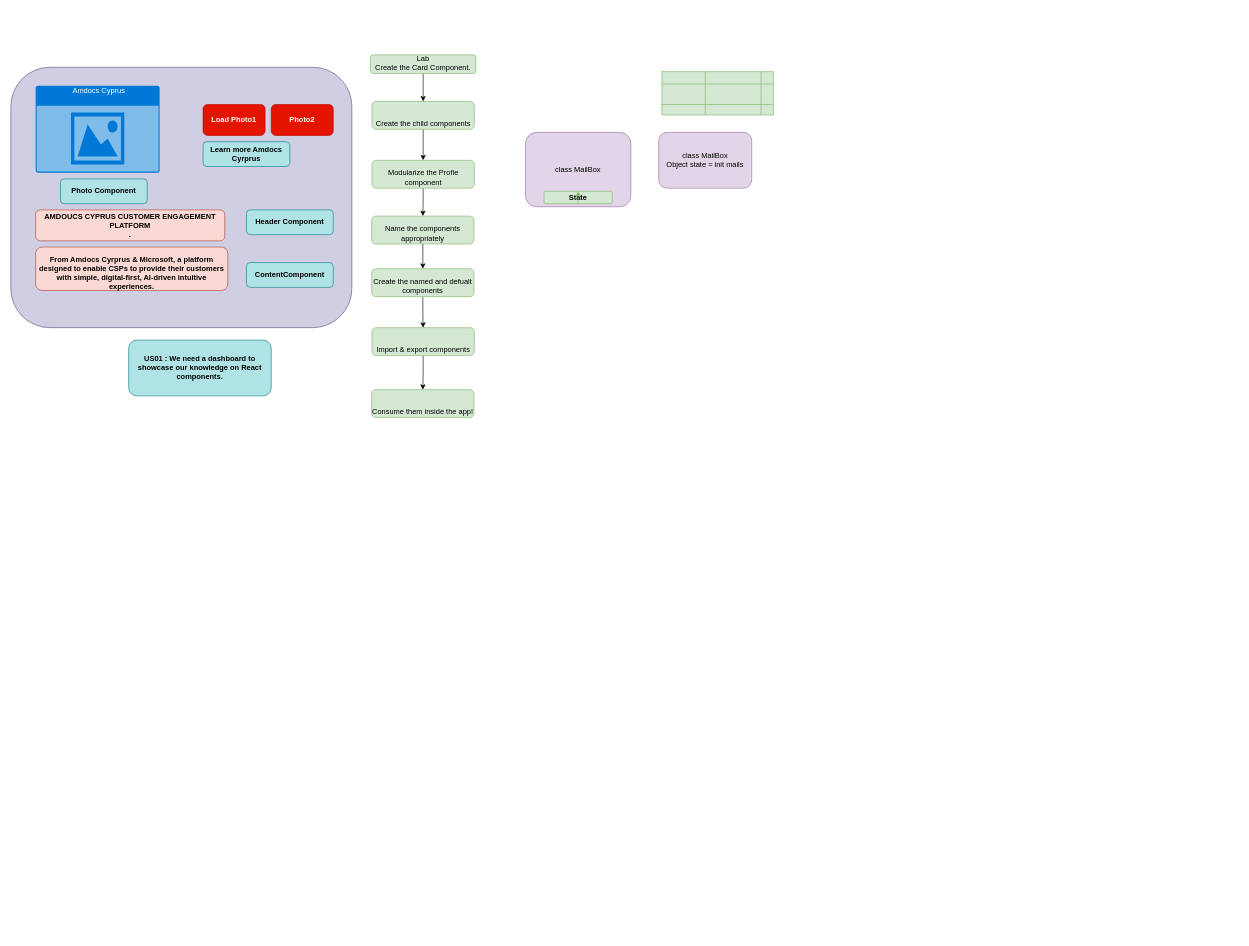
The draw.io diagram page "Lab" (1 of 2) of LABS/lab-dashboard.drawio in ACY3MA2023/AMDGIT, before the edit. Source tidied: cells renumbered, new cells numbered last; positions are measured from the earlier drawing's top-left corner, leaving out a move shared by most shapes. Both pictures are drawn from the tidied source at 62%, with x=0, y=0 at pixel (11, 55).
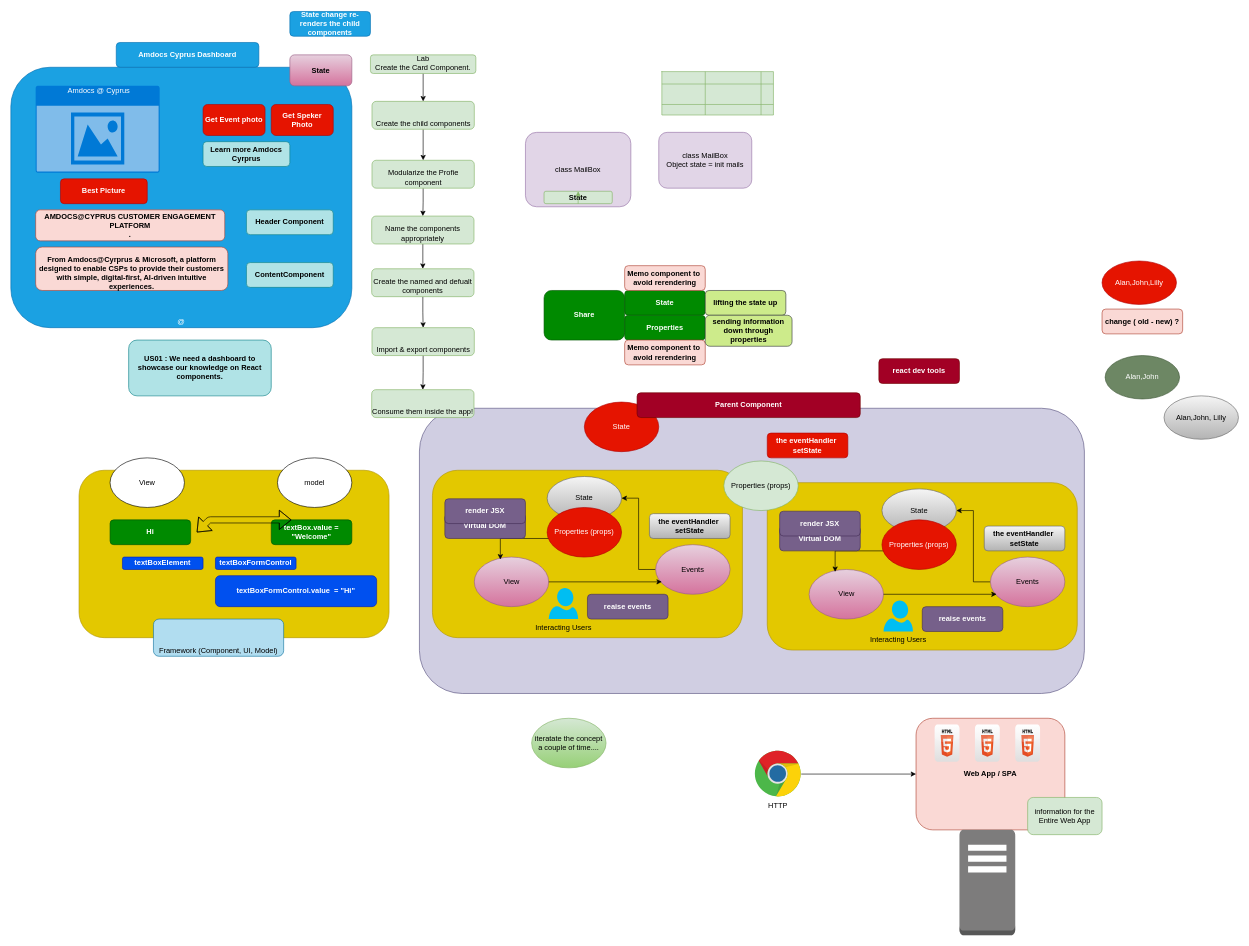
Above is the later version.

The edit, as a diff of the source:
```diff
@@
+    <mxCell id="43" value="Web App / SPA" style="rounded=1;whiteSpace=wrap;html=1;fillColor=#fad9d5;strokeColor=#ae4132;fontStyle=1;verticalAlign=middle;" parent="1" vertex="1">
+      <mxGeometry x="1460" y="1070" width="240" height="180" as="geometry" />
+    </mxCell>
+    <mxCell id="44" style="rounded=1;whiteSpace=wrap;html=1;fillColor=#d0cee2;strokeColor=#56517e;verticalAlign=bottom;" parent="1" vertex="1">
+      <mxGeometry x="659" y="570" width="1072.5" height="460" as="geometry" />
+    </mxCell>
+    <mxCell id="45" style="rounded=1;whiteSpace=wrap;html=1;fillColor=#e3c800;strokeColor=#B09500;verticalAlign=bottom;fontColor=#000000;" parent="1" vertex="1">
+      <mxGeometry x="110" y="670" width="500" height="270" as="geometry" />
+    </mxCell>
-    <mxCell id="2" style="rounded=1;whiteSpace=wrap;html=1;fillColor=#d0cee2;strokeColor=#56517e;verticalAlign=bottom;" parent="1" vertex="1">
+    <mxCell id="2" value="@" style="rounded=1;whiteSpace=wrap;html=1;fillColor=#1ba1e2;strokeColor=#006EAF;verticalAlign=bottom;fontColor=#ffffff;" parent="1" vertex="1">
       <mxGeometry y="20" width="550" height="420" as="geometry" />
     </mxCell>
-    <mxCell id="3" value="&amp;nbsp;Amdocs Cyprus" style="html=1;strokeColor=none;fillColor=#0079D6;labelPosition=center;verticalLabelPosition=middle;verticalAlign=top;align=center;fontSize=12;spacingTop=-6;fontColor=#FFFFFF;sketch=0;shape=mxgraph.sitemap.photo;" parent="1" vertex="1">
+    <mxCell id="3" value="&amp;nbsp;Amdocs @ Cyprus" style="html=1;strokeColor=none;fillColor=#0079D6;labelPosition=center;verticalLabelPosition=middle;verticalAlign=top;align=center;fontSize=12;spacingTop=-6;fontColor=#FFFFFF;sketch=0;shape=mxgraph.sitemap.photo;" parent="1" vertex="1">
       <mxGeometry x="40" y="50" width="200" height="140" as="geometry" />
     </mxCell>
-    <mxCell id="4" value="&lt;div&gt;AMDOUCS CYPRUS CUSTOMER ENGAGEMENT PLATFORM&lt;/div&gt;&lt;div&gt;.&lt;/div&gt;" style="rounded=1;whiteSpace=wrap;html=1;fillColor=#fad9d5;strokeColor=#ae4132;fontStyle=1;verticalAlign=middle;" parent="1" vertex="1">
+    <mxCell id="4" value="&lt;div&gt;AMDOCS@CYPRUS CUSTOMER ENGAGEMENT PLATFORM&lt;/div&gt;&lt;div&gt;.&lt;/div&gt;" style="rounded=1;whiteSpace=wrap;html=1;fillColor=#fad9d5;strokeColor=#ae4132;fontStyle=1;verticalAlign=middle;" parent="1" vertex="1">
       <mxGeometry x="40" y="250" width="305" height="50" as="geometry" />
     </mxCell>
-    <mxCell id="5" value="Load Photo1" style="rounded=1;whiteSpace=wrap;html=1;fillColor=#e51400;strokeColor=#B20000;verticalAlign=middle;align=center;fontStyle=1;fontColor=#ffffff;" parent="1" vertex="1">
+    <mxCell id="5" value="Get Event photo" style="rounded=1;whiteSpace=wrap;html=1;fillColor=#e51400;strokeColor=#B20000;verticalAlign=middle;align=center;fontStyle=1;fontColor=#ffffff;" parent="1" vertex="1">
       <mxGeometry x="310" y="80" width="100" height="50" as="geometry" />
     </mxCell>
@@
-    <mxCell id="11" value="&lt;div&gt;&lt;br&gt;&lt;/div&gt;&lt;div&gt;From Amdocs Cyrprus &amp;amp; Microsoft, a platform designed to enable CSPs to provide their customers with simple, digital-first, AI-driven intuitive experiences.&lt;/div&gt;" style="rounded=1;whiteSpace=wrap;html=1;fillColor=#fad9d5;strokeColor=#ae4132;fontStyle=1;verticalAlign=middle;" parent="1" vertex="1">
+    <mxCell id="11" value="&lt;div&gt;&lt;br&gt;&lt;/div&gt;&lt;div&gt;From Amdocs@Cyrprus &amp;amp; Microsoft, a platform designed to enable CSPs to provide their customers with simple, digital-first, AI-driven intuitive experiences.&lt;/div&gt;" style="rounded=1;whiteSpace=wrap;html=1;fillColor=#fad9d5;strokeColor=#ae4132;fontStyle=1;verticalAlign=middle;" parent="1" vertex="1">
       <mxGeometry x="40" y="310" width="310" height="70" as="geometry" />
     </mxCell>
@@
-    <mxCell id="14" value="Photo Component" style="rounded=1;whiteSpace=wrap;html=1;fillColor=#b0e3e6;strokeColor=#0e8088;fontStyle=1;" parent="1" vertex="1">
+    <mxCell id="14" value="Best Picture" style="rounded=1;whiteSpace=wrap;html=1;fillColor=#e51400;strokeColor=#B20000;fontStyle=1;fontColor=#ffffff;" parent="1" vertex="1">
       <mxGeometry x="80" y="200" width="140" height="40" as="geometry" />
     </mxCell>
@@
-    <mxCell id="25" value="Photo2" style="rounded=1;whiteSpace=wrap;html=1;fillColor=#e51400;strokeColor=#B20000;verticalAlign=middle;align=center;fontStyle=1;fontColor=#ffffff;" parent="1" vertex="1">
+    <mxCell id="25" value="Get Speker Photo" style="rounded=1;whiteSpace=wrap;html=1;fillColor=#e51400;strokeColor=#B20000;verticalAlign=middle;align=center;fontStyle=1;fontColor=#ffffff;" parent="1" vertex="1">
       <mxGeometry x="420" y="80" width="100" height="50" as="geometry" />
     </mxCell>
@@
+    <mxCell id="46" value="Amdocs Cyprus Dashboard" style="rounded=1;whiteSpace=wrap;html=1;fillColor=#1ba1e2;strokeColor=#006EAF;fontStyle=1;fontColor=#ffffff;" parent="1" vertex="1">
+      <mxGeometry x="170" y="-20" width="230" height="40" as="geometry" />
+    </mxCell>
+    <mxCell id="47" value="State" style="rounded=1;whiteSpace=wrap;html=1;fillColor=#e6d0de;strokeColor=#996185;verticalAlign=middle;align=center;fontStyle=1;gradientColor=#d5739d;" parent="1" vertex="1">
+      <mxGeometry x="450" width="100" height="50" as="geometry" />
+    </mxCell>
+    <mxCell id="48" value="State change re-renders the child components" style="rounded=1;whiteSpace=wrap;html=1;fillColor=#1ba1e2;strokeColor=#006EAF;fontStyle=1;verticalAlign=middle;fontColor=#ffffff;" parent="1" vertex="1">
+      <mxGeometry x="450" y="-70" width="130" height="40" as="geometry" />
+    </mxCell>
+    <mxCell id="49" value="State" style="rounded=1;whiteSpace=wrap;html=1;fillColor=#008a00;strokeColor=#005700;fontStyle=1;verticalAlign=middle;fontColor=#ffffff;" parent="1" vertex="1">
+      <mxGeometry x="990" y="380" width="130" height="40" as="geometry" />
+    </mxCell>
+    <mxCell id="50" value="Properties" style="rounded=1;whiteSpace=wrap;html=1;fillColor=#008a00;strokeColor=#005700;fontStyle=1;verticalAlign=middle;fontColor=#ffffff;" parent="1" vertex="1">
+      <mxGeometry x="990" y="420" width="130" height="40" as="geometry" />
+    </mxCell>
+    <mxCell id="51" value="Memo component to&amp;nbsp;&lt;br&gt;avoid rerendering" style="rounded=1;whiteSpace=wrap;html=1;fillColor=#fad9d5;strokeColor=#ae4132;fontStyle=1;verticalAlign=middle;" parent="1" vertex="1">
+      <mxGeometry x="990" y="460" width="130" height="40" as="geometry" />
+    </mxCell>
+    <mxCell id="52" value="Memo component to&amp;nbsp;&lt;br&gt;avoid rerendering" style="rounded=1;whiteSpace=wrap;html=1;fillColor=#fad9d5;strokeColor=#ae4132;fontStyle=1;verticalAlign=middle;" parent="1" vertex="1">
+      <mxGeometry x="990" y="340" width="130" height="40" as="geometry" />
+    </mxCell>
+    <mxCell id="53" value="lifting the state up" style="rounded=1;whiteSpace=wrap;html=1;fillColor=#cdeb8b;strokeColor=#36393d;fontStyle=1;verticalAlign=middle;" parent="1" vertex="1">
+      <mxGeometry x="1120" y="380" width="130" height="40" as="geometry" />
+    </mxCell>
+    <mxCell id="54" value="sending information down through properties" style="rounded=1;whiteSpace=wrap;html=1;fillColor=#cdeb8b;strokeColor=#36393d;fontStyle=1;verticalAlign=middle;" parent="1" vertex="1">
+      <mxGeometry x="1120" y="420" width="140" height="50" as="geometry" />
+    </mxCell>
+    <mxCell id="55" value="react dev tools" style="rounded=1;whiteSpace=wrap;html=1;fillColor=#a20025;strokeColor=#6F0000;fontStyle=1;verticalAlign=middle;fontColor=#ffffff;" parent="1" vertex="1">
+      <mxGeometry x="1400" y="490" width="130" height="40" as="geometry" />
+    </mxCell>
+    <mxCell id="56" value="Share" style="rounded=1;whiteSpace=wrap;html=1;fillColor=#008a00;strokeColor=#005700;fontStyle=1;verticalAlign=middle;fontColor=#ffffff;" parent="1" vertex="1">
+      <mxGeometry x="860" y="380" width="130" height="80" as="geometry" />
+    </mxCell>
+    <mxCell id="57" value="Hi" style="rounded=1;whiteSpace=wrap;html=1;fillColor=#008a00;strokeColor=#005700;fontStyle=1;verticalAlign=middle;fontColor=#ffffff;" parent="1" vertex="1">
+      <mxGeometry x="160" y="750" width="130" height="40" as="geometry" />
+    </mxCell>
+    <mxCell id="58" value="textBox.value = &quot;Welcome&quot;" style="rounded=1;whiteSpace=wrap;html=1;fillColor=#008a00;strokeColor=#005700;fontStyle=1;verticalAlign=middle;fontColor=#ffffff;" parent="1" vertex="1">
+      <mxGeometry x="420" y="750" width="130" height="40" as="geometry" />
+    </mxCell>
+    <mxCell id="59" value="textBoxElement" style="rounded=1;whiteSpace=wrap;html=1;fillColor=#0050ef;strokeColor=#001DBC;fontStyle=1;verticalAlign=middle;fontColor=#ffffff;" parent="1" vertex="1">
+      <mxGeometry x="180" y="810" width="130" height="20" as="geometry" />
+    </mxCell>
+    <mxCell id="60" value="textBoxFormControl" style="rounded=1;whiteSpace=wrap;html=1;fillColor=#0050ef;strokeColor=#001DBC;fontStyle=1;verticalAlign=middle;fontColor=#ffffff;" parent="1" vertex="1">
+      <mxGeometry x="330" y="810" width="130" height="20" as="geometry" />
+    </mxCell>
+    <mxCell id="61" value="textBoxFormControl.value&amp;nbsp; = &quot;Hi&quot;" style="rounded=1;whiteSpace=wrap;html=1;fillColor=#0050ef;strokeColor=#001DBC;fontStyle=1;verticalAlign=middle;fontColor=#ffffff;" parent="1" vertex="1">
+      <mxGeometry x="330" y="840" width="260" height="50" as="geometry" />
+    </mxCell>
+    <mxCell id="62" style="shape=flexArrow;endArrow=classic;startArrow=classic;html=1;entryX=0.25;entryY=0;entryDx=0;entryDy=0;" parent="1" edge="1" target="58">
+      <mxGeometry relative="1" as="geometry">
+        <mxPoint x="300" y="770" as="sourcePoint" />
+        <Array as="points">
+          <mxPoint x="320" y="750" />
+        </Array>
+      </mxGeometry>
+    </mxCell>
+    <mxCell id="63" value="View" style="ellipse;whiteSpace=wrap;html=1;" parent="1" vertex="1">
+      <mxGeometry x="160" y="650" width="120" height="80" as="geometry" />
+    </mxCell>
+    <mxCell id="64" value="model" style="ellipse;whiteSpace=wrap;html=1;" parent="1" vertex="1">
+      <mxGeometry x="430" y="650" width="120" height="80" as="geometry" />
+    </mxCell>
+    <mxCell id="65" value="Framework (Component, UI, Model)" style="rounded=1;whiteSpace=wrap;html=1;fillColor=#b1ddf0;strokeColor=#10739e;verticalAlign=bottom;" parent="1" vertex="1">
+      <mxGeometry x="230" y="910" width="210" height="60" as="geometry" />
+    </mxCell>
+    <mxCell id="66" value="State" style="ellipse;whiteSpace=wrap;html=1;fillColor=#e51400;strokeColor=#B20000;fontColor=#ffffff;" parent="1" vertex="1">
+      <mxGeometry x="925" y="560" width="120" height="80" as="geometry" />
+    </mxCell>
+    <mxCell id="67" value="the eventHandler&amp;nbsp;&lt;br&gt;setState" style="rounded=1;whiteSpace=wrap;html=1;fillColor=#e51400;strokeColor=#B20000;fontStyle=1;verticalAlign=middle;fontColor=#ffffff;" parent="1" vertex="1">
+      <mxGeometry x="1220" y="610" width="130" height="40" as="geometry" />
+    </mxCell>
+    <mxCell id="68" style="group;" parent="1" vertex="1">
+      <mxGeometry x="680" y="670" width="500" height="270" as="geometry" />
+    </mxCell>
+    <mxCell id="69" style="rounded=1;whiteSpace=wrap;html=1;fillColor=#e3c800;strokeColor=#B09500;verticalAlign=bottom;fontColor=#000000;" parent="68" vertex="1">
+      <mxGeometry width="500" height="270" as="geometry" />
+    </mxCell>
+    <mxCell id="70" value="State" style="ellipse;whiteSpace=wrap;html=1;fillColor=#f5f5f5;strokeColor=#666666;gradientColor=#b3b3b3;" parent="68" vertex="1">
+      <mxGeometry x="185" y="10" width="120" height="70" as="geometry" />
+    </mxCell>
+    <mxCell id="71" value="View" style="ellipse;whiteSpace=wrap;html=1;gradientColor=#d5739d;fillColor=#e6d0de;strokeColor=#996185;" parent="68" vertex="1">
+      <mxGeometry x="67.5" y="140" width="120" height="80" as="geometry" />
+    </mxCell>
+    <mxCell id="72" style="edgeStyle=orthogonalEdgeStyle;rounded=0;jettySize=auto;html=1;entryX=0.35;entryY=0.048;entryDx=0;entryDy=0;entryPerimeter=0;" parent="68" edge="1" source="70" target="71">
+      <mxGeometry relative="1" as="geometry" />
+    </mxCell>
+    <mxCell id="73" value="Virtual DOM" style="rounded=1;whiteSpace=wrap;html=1;fillColor=#76608a;strokeColor=#432D57;fontStyle=1;verticalAlign=middle;fontColor=#ffffff;" parent="68" vertex="1">
+      <mxGeometry x="20" y="70" width="130" height="40" as="geometry" />
+    </mxCell>
+    <mxCell id="74" style="edgeStyle=orthogonalEdgeStyle;rounded=0;jettySize=auto;html=1;entryX=1;entryY=0.5;entryDx=0;entryDy=0;" parent="68" edge="1" source="75" target="70">
+      <mxGeometry relative="1" as="geometry" />
+    </mxCell>
+    <mxCell id="75" value="Events" style="ellipse;whiteSpace=wrap;html=1;gradientColor=#d5739d;fillColor=#e6d0de;strokeColor=#996185;" parent="68" vertex="1">
+      <mxGeometry x="360" y="120" width="120" height="80" as="geometry" />
+    </mxCell>
+    <mxCell id="76" style="edgeStyle=orthogonalEdgeStyle;rounded=0;jettySize=auto;html=1;entryX=0.083;entryY=0.75;entryDx=0;entryDy=0;entryPerimeter=0;" parent="68" edge="1" source="71" target="75">
+      <mxGeometry relative="1" as="geometry" />
+    </mxCell>
+    <mxCell id="77" value="Interacting Users" style="verticalLabelPosition=bottom;html=1;verticalAlign=top;align=center;strokeColor=none;fillColor=#00BEF2;shape=mxgraph.azure.user;" parent="68" vertex="1">
+      <mxGeometry x="187.5" y="190" width="47.5" height="50" as="geometry" />
+    </mxCell>
+    <mxCell id="78" value="render JSX" style="rounded=1;whiteSpace=wrap;html=1;fillColor=#76608a;strokeColor=#432D57;fontStyle=1;verticalAlign=middle;fontColor=#ffffff;" parent="68" vertex="1">
+      <mxGeometry x="20" y="46" width="130" height="40" as="geometry" />
+    </mxCell>
+    <mxCell id="79" value="reaise events" style="rounded=1;whiteSpace=wrap;html=1;fillColor=#76608a;strokeColor=#432D57;fontStyle=1;verticalAlign=middle;fontColor=#ffffff;" parent="68" vertex="1">
+      <mxGeometry x="250" y="200" width="130" height="40" as="geometry" />
+    </mxCell>
+    <mxCell id="80" value="the eventHandler&amp;nbsp;&lt;br&gt;setState" style="rounded=1;whiteSpace=wrap;html=1;fillColor=#f5f5f5;strokeColor=#666666;fontStyle=1;verticalAlign=middle;gradientColor=#b3b3b3;" parent="68" vertex="1">
+      <mxGeometry x="350" y="70" width="130" height="40" as="geometry" />
+    </mxCell>
+    <mxCell id="81" value="Properties (props)" style="ellipse;whiteSpace=wrap;html=1;fillColor=#e51400;strokeColor=#B20000;fontColor=#ffffff;" parent="68" vertex="1">
+      <mxGeometry x="185" y="60" width="120" height="80" as="geometry" />
+    </mxCell>
+    <mxCell id="82" value="Parent Component" style="rounded=1;whiteSpace=wrap;html=1;fillColor=#a20025;strokeColor=#6F0000;fontStyle=1;verticalAlign=middle;fontColor=#ffffff;" parent="1" vertex="1">
+      <mxGeometry x="1010" y="545" width="360" height="40" as="geometry" />
+    </mxCell>
+    <mxCell id="83" style="group;" parent="1" vertex="1">
+      <mxGeometry x="1220" y="690" width="500" height="270" as="geometry" />
+    </mxCell>
+    <mxCell id="84" style="rounded=1;whiteSpace=wrap;html=1;fillColor=#e3c800;strokeColor=#B09500;verticalAlign=bottom;fontColor=#000000;" parent="83" vertex="1">
+      <mxGeometry width="500" height="270" as="geometry" />
+    </mxCell>
+    <mxCell id="85" value="State" style="ellipse;whiteSpace=wrap;html=1;fillColor=#f5f5f5;strokeColor=#666666;gradientColor=#b3b3b3;" parent="83" vertex="1">
+      <mxGeometry x="185" y="10" width="120" height="70" as="geometry" />
+    </mxCell>
+    <mxCell id="86" value="View" style="ellipse;whiteSpace=wrap;html=1;gradientColor=#d5739d;fillColor=#e6d0de;strokeColor=#996185;" parent="83" vertex="1">
+      <mxGeometry x="67.5" y="140" width="120" height="80" as="geometry" />
+    </mxCell>
+    <mxCell id="87" style="edgeStyle=orthogonalEdgeStyle;rounded=0;jettySize=auto;html=1;entryX=0.35;entryY=0.048;entryDx=0;entryDy=0;entryPerimeter=0;" parent="83" edge="1" source="85" target="86">
+      <mxGeometry relative="1" as="geometry" />
+    </mxCell>
+    <mxCell id="88" value="Virtual DOM" style="rounded=1;whiteSpace=wrap;html=1;fillColor=#76608a;strokeColor=#432D57;fontStyle=1;verticalAlign=middle;fontColor=#ffffff;" parent="83" vertex="1">
+      <mxGeometry x="20" y="70" width="130" height="40" as="geometry" />
+    </mxCell>
+    <mxCell id="89" style="edgeStyle=orthogonalEdgeStyle;rounded=0;jettySize=auto;html=1;entryX=1;entryY=0.5;entryDx=0;entryDy=0;" parent="83" edge="1" source="90" target="85">
+      <mxGeometry relative="1" as="geometry" />
+    </mxCell>
+    <mxCell id="90" value="Events" style="ellipse;whiteSpace=wrap;html=1;gradientColor=#d5739d;fillColor=#e6d0de;strokeColor=#996185;" parent="83" vertex="1">
+      <mxGeometry x="360" y="120" width="120" height="80" as="geometry" />
+    </mxCell>
+    <mxCell id="91" style="edgeStyle=orthogonalEdgeStyle;rounded=0;jettySize=auto;html=1;entryX=0.083;entryY=0.75;entryDx=0;entryDy=0;entryPerimeter=0;" parent="83" edge="1" source="86" target="90">
+      <mxGeometry relative="1" as="geometry" />
+    </mxCell>
+    <mxCell id="92" value="Interacting Users" style="verticalLabelPosition=bottom;html=1;verticalAlign=top;align=center;strokeColor=none;fillColor=#00BEF2;shape=mxgraph.azure.user;" parent="83" vertex="1">
+      <mxGeometry x="187.5" y="190" width="47.5" height="50" as="geometry" />
+    </mxCell>
+    <mxCell id="93" value="render JSX" style="rounded=1;whiteSpace=wrap;html=1;fillColor=#76608a;strokeColor=#432D57;fontStyle=1;verticalAlign=middle;fontColor=#ffffff;" parent="83" vertex="1">
+      <mxGeometry x="20" y="46" width="130" height="40" as="geometry" />
+    </mxCell>
+    <mxCell id="94" value="reaise events" style="rounded=1;whiteSpace=wrap;html=1;fillColor=#76608a;strokeColor=#432D57;fontStyle=1;verticalAlign=middle;fontColor=#ffffff;" parent="83" vertex="1">
+      <mxGeometry x="250" y="200" width="130" height="40" as="geometry" />
+    </mxCell>
+    <mxCell id="95" value="the eventHandler&amp;nbsp;&lt;br&gt;setState" style="rounded=1;whiteSpace=wrap;html=1;fillColor=#f5f5f5;strokeColor=#666666;fontStyle=1;verticalAlign=middle;gradientColor=#b3b3b3;" parent="83" vertex="1">
+      <mxGeometry x="350" y="70" width="130" height="40" as="geometry" />
+    </mxCell>
+    <mxCell id="96" value="Properties (props)" style="ellipse;whiteSpace=wrap;html=1;fillColor=#e51400;strokeColor=#B20000;fontColor=#ffffff;" parent="83" vertex="1">
+      <mxGeometry x="185" y="60" width="120" height="80" as="geometry" />
+    </mxCell>
+    <mxCell id="97" value="iteratate the concept a couple of time...." style="ellipse;whiteSpace=wrap;html=1;gradientColor=#97d077;fillColor=#d5e8d4;strokeColor=#82b366;" parent="1" vertex="1">
+      <mxGeometry x="840" y="1070" width="120" height="80" as="geometry" />
+    </mxCell>
+    <mxCell id="98" value="Properties (props)" style="ellipse;whiteSpace=wrap;html=1;fillColor=#d5e8d4;strokeColor=#82b366;" parent="1" vertex="1">
+      <mxGeometry x="1150" y="655" width="120" height="80" as="geometry" />
+    </mxCell>
+    <mxCell id="99" style="dashed=0;verticalLabelPosition=bottom;verticalAlign=top;align=center;html=1;shape=mxgraph.aws3.traditional_server;fillColor=#7D7C7C;gradientColor=none;" parent="1" vertex="1">
+      <mxGeometry x="1530" y="1250" width="90" height="170" as="geometry" />
+    </mxCell>
+    <mxCell id="100" style="dashed=0;html=1;align=center;labelPosition=center;verticalLabelPosition=bottom;verticalAlign=top;shape=mxgraph.webicons.html5;gradientColor=#DFDEDE;" parent="1" vertex="1">
+      <mxGeometry x="1490" y="1080" width="40" height="60" as="geometry" />
+    </mxCell>
+    <mxCell id="101" style="dashed=0;html=1;align=center;labelPosition=center;verticalLabelPosition=bottom;verticalAlign=top;shape=mxgraph.webicons.html5;gradientColor=#DFDEDE;" parent="1" vertex="1">
+      <mxGeometry x="1555" y="1080" width="40" height="60" as="geometry" />
+    </mxCell>
+    <mxCell id="102" style="dashed=0;html=1;align=center;labelPosition=center;verticalLabelPosition=bottom;verticalAlign=top;shape=mxgraph.webicons.html5;gradientColor=#DFDEDE;" parent="1" vertex="1">
+      <mxGeometry x="1620" y="1080" width="40" height="60" as="geometry" />
+    </mxCell>
+    <mxCell id="103" style="edgeStyle=orthogonalEdgeStyle;rounded=0;jettySize=auto;html=1;" parent="1" edge="1" source="104" target="43">
+      <mxGeometry relative="1" as="geometry" />
+    </mxCell>
+    <mxCell id="104" value="HTTP" style="dashed=0;outlineConnect=0;html=1;align=center;labelPosition=center;verticalLabelPosition=bottom;verticalAlign=top;shape=mxgraph.weblogos.chrome;" parent="1" vertex="1">
+      <mxGeometry x="1200" y="1122.3" width="74.8" height="75.4" as="geometry" />
+    </mxCell>
+    <mxCell id="105" value="information for the Entire Web App" style="rounded=1;whiteSpace=wrap;html=1;fillColor=#d5e8d4;strokeColor=#82b366;" parent="1" vertex="1">
+      <mxGeometry x="1640" y="1197.7" width="120" height="60" as="geometry" />
+    </mxCell>
+    <mxCell id="106" value="change ( old - new) ?" style="rounded=1;whiteSpace=wrap;html=1;fillColor=#fad9d5;strokeColor=#ae4132;fontStyle=1;verticalAlign=middle;" parent="1" vertex="1">
+      <mxGeometry x="1760" y="410" width="130" height="40" as="geometry" />
+    </mxCell>
+    <mxCell id="107" value="Alan,John" style="ellipse;whiteSpace=wrap;html=1;fillColor=#6d8764;strokeColor=#3A5431;fontColor=#ffffff;" parent="1" vertex="1">
+      <mxGeometry x="1765" y="485" width="120" height="70" as="geometry" />
+    </mxCell>
+    <mxCell id="108" value="Alan,John,Lilly" style="ellipse;whiteSpace=wrap;html=1;fillColor=#e51400;strokeColor=#B20000;fontColor=#ffffff;" parent="1" vertex="1">
+      <mxGeometry x="1760" y="332.5" width="120" height="70" as="geometry" />
+    </mxCell>
+    <mxCell id="109" value="Alan,John, Lilly" style="ellipse;whiteSpace=wrap;html=1;fillColor=#f5f5f5;strokeColor=#666666;gradientColor=#b3b3b3;" parent="1" vertex="1">
+      <mxGeometry x="1860" y="550" width="120" height="70" as="geometry" />
+    </mxCell>
```
